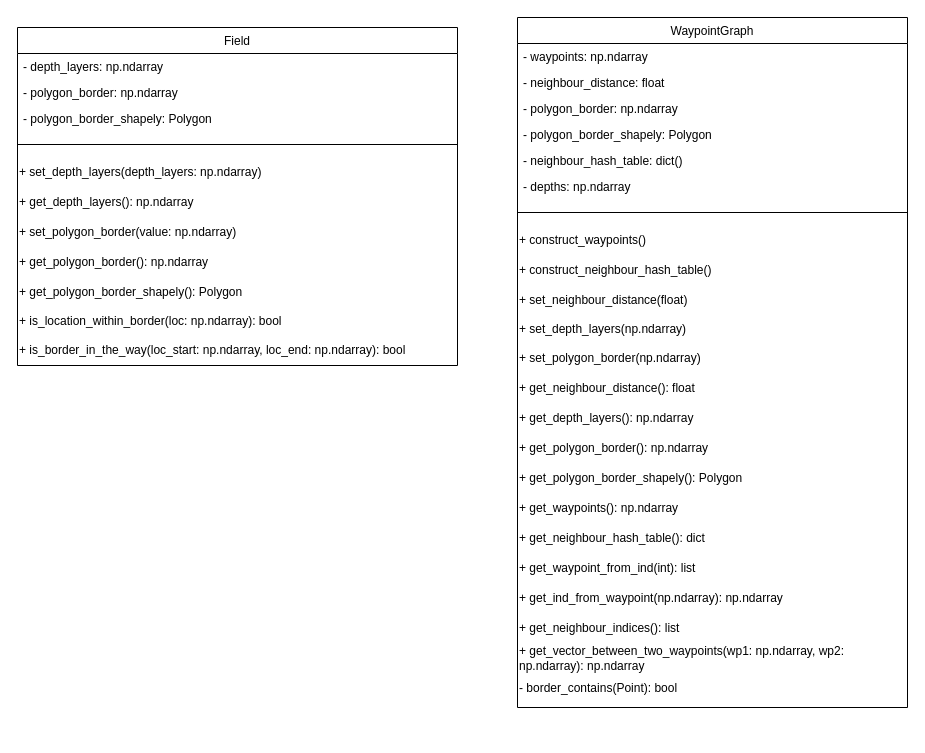
The draw.io diagram SystemDesign/Class/OP3_GRF.drawio in MASCOT-NTNU/OASIS, before the edit. Source tidied: cells renumbered, new cells numbered last; positions are measured from the earlier drawing's top-left corner, leaving out a move shared by most shapes. Both pictures are drawn from the tidied source at 100%, with x=0, y=0 at pixel (17, 17).
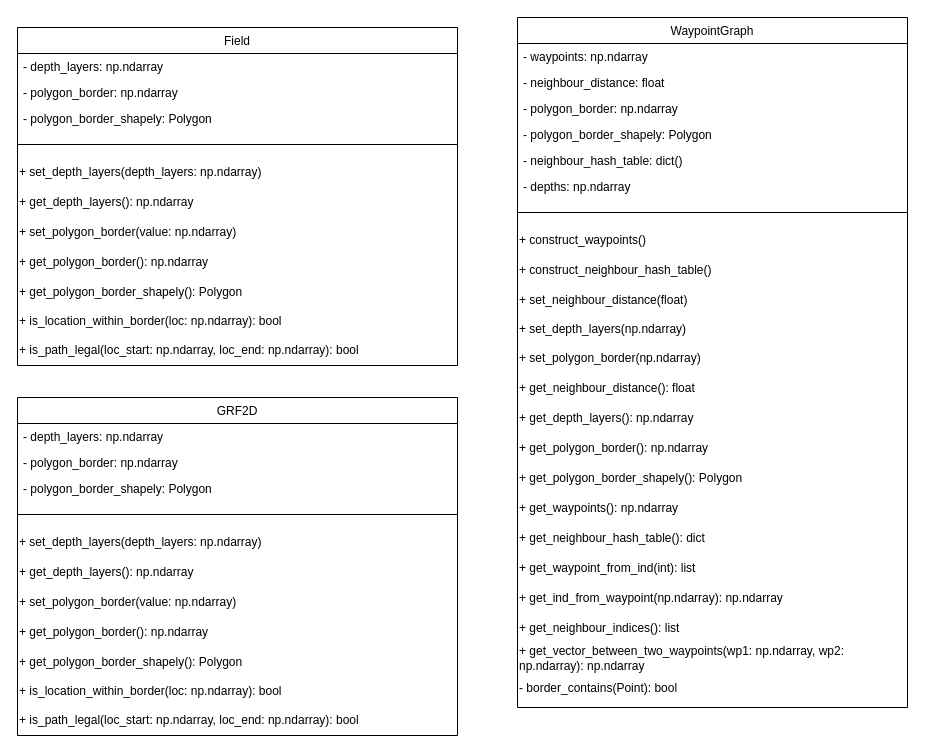
The same page after the edit.

The change refers to these unchanged cells:
```xml
<mxCell id="26" value="Field" style="swimlane;fontStyle=0;align=center;verticalAlign=top;horizontal=1;startSize=26;rounded=0;shadow=0;strokeWidth=1;" parent="1" vertex="1">
  <mxGeometry y="10" width="440" height="338" as="geometry" />
</mxCell>
```

Change to the diagram source:
```diff
@@
-    <mxCell id="37" value="+ is_border_in_the_way(loc_start: np.ndarray, loc_end: np.ndarray): bool" style="text;html=1;strokeColor=none;fillColor=none;align=left;verticalAlign=middle;whiteSpace=wrap;rounded=0;" parent="26" vertex="1">
+    <mxCell id="37" value="+ is_path_legal(loc_start: np.ndarray, loc_end: np.ndarray): bool" style="text;html=1;strokeColor=none;fillColor=none;align=left;verticalAlign=middle;whiteSpace=wrap;rounded=0;" parent="26" vertex="1">
       <mxGeometry y="308" width="440" height="30" as="geometry" />
     </mxCell>
+    <mxCell id="38" value="GRF2D" style="swimlane;fontStyle=0;align=center;verticalAlign=top;horizontal=1;startSize=26;rounded=0;shadow=0;strokeWidth=1;" parent="1" vertex="1">
+      <mxGeometry y="380" width="440" height="338" as="geometry" />
+    </mxCell>
+    <mxCell id="39" value="- depth_layers: np.ndarray" style="text;align=left;verticalAlign=top;spacingLeft=4;spacingRight=4;overflow=hidden;rounded=0;shadow=0;html=0;" parent="38" vertex="1">
+      <mxGeometry y="26" width="440" height="26" as="geometry" />
+    </mxCell>
+    <mxCell id="40" value="- polygon_border: np.ndarray" style="text;align=left;verticalAlign=top;spacingLeft=4;spacingRight=4;overflow=hidden;rounded=0;shadow=0;html=0;" parent="38" vertex="1">
+      <mxGeometry y="52" width="440" height="26" as="geometry" />
+    </mxCell>
+    <mxCell id="41" value="- polygon_border_shapely: Polygon" style="text;align=left;verticalAlign=top;spacingLeft=4;spacingRight=4;overflow=hidden;rounded=0;shadow=0;html=0;" parent="38" vertex="1">
+      <mxGeometry y="78" width="440" height="26" as="geometry" />
+    </mxCell>
+    <mxCell id="42" style="line;html=1;strokeWidth=1;align=left;verticalAlign=middle;spacingTop=-1;spacingLeft=3;spacingRight=3;labelPosition=right;" parent="38" vertex="1">
+      <mxGeometry y="104" width="440" height="26" as="geometry" />
+    </mxCell>
+    <mxCell id="43" value="+ set_depth_layers(depth_layers: np.ndarray)" style="text;html=1;strokeColor=none;fillColor=none;align=left;verticalAlign=middle;whiteSpace=wrap;rounded=0;" parent="38" vertex="1">
+      <mxGeometry y="130" width="440" height="30" as="geometry" />
+    </mxCell>
+    <mxCell id="44" value="+ get_depth_layers(): np.ndarray" style="text;html=1;strokeColor=none;fillColor=none;align=left;verticalAlign=middle;whiteSpace=wrap;rounded=0;" parent="38" vertex="1">
+      <mxGeometry y="160" width="440" height="30" as="geometry" />
+    </mxCell>
+    <mxCell id="45" value="+ set_polygon_border(value: np.ndarray)" style="text;html=1;strokeColor=none;fillColor=none;align=left;verticalAlign=middle;whiteSpace=wrap;rounded=0;" parent="38" vertex="1">
+      <mxGeometry y="190" width="440" height="30" as="geometry" />
+    </mxCell>
+    <mxCell id="46" value="+ get_polygon_border(): np.ndarray" style="text;html=1;strokeColor=none;fillColor=none;align=left;verticalAlign=middle;whiteSpace=wrap;rounded=0;" parent="38" vertex="1">
+      <mxGeometry y="220" width="440" height="30" as="geometry" />
+    </mxCell>
+    <mxCell id="47" value="+ get_polygon_border_shapely(): Polygon" style="text;html=1;strokeColor=none;fillColor=none;align=left;verticalAlign=middle;whiteSpace=wrap;rounded=0;" parent="38" vertex="1">
+      <mxGeometry y="250" width="440" height="30" as="geometry" />
+    </mxCell>
+    <mxCell id="48" value="+ is_location_within_border(loc: np.ndarray): bool" style="text;html=1;strokeColor=none;fillColor=none;align=left;verticalAlign=middle;whiteSpace=wrap;rounded=0;" parent="38" vertex="1">
+      <mxGeometry y="280" width="440" height="28" as="geometry" />
+    </mxCell>
+    <mxCell id="49" value="+ is_path_legal(loc_start: np.ndarray, loc_end: np.ndarray): bool" style="text;html=1;strokeColor=none;fillColor=none;align=left;verticalAlign=middle;whiteSpace=wrap;rounded=0;" parent="38" vertex="1">
+      <mxGeometry y="308" width="440" height="30" as="geometry" />
+    </mxCell>
```
